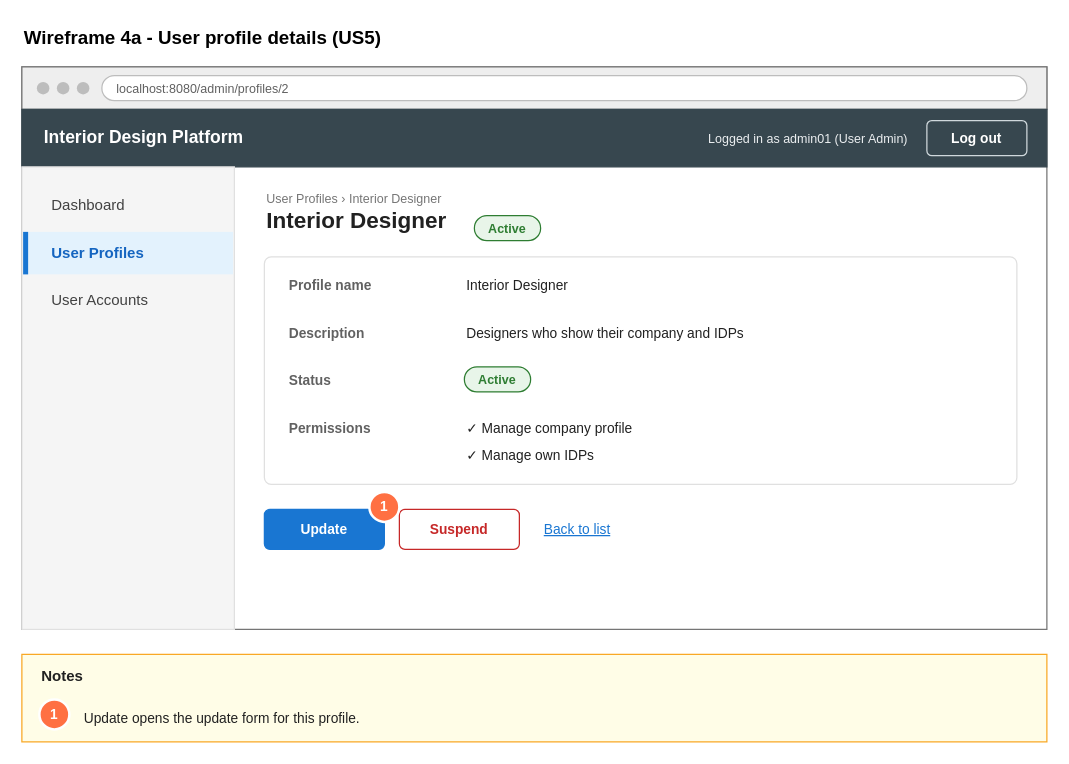
Hanzxc/CSIT314-ARCHSS keeps this draw.io diagram as page "4a Wireframe - User profile details" (2 of 7) of Sprint_1/US5 - Update user profile/US5 Update user profile.drawio. Above is the earlier version. Source tidied: cells renumbered, new cells numbered last; positions are measured from the earlier drawing's top-left corner, leaving out a move shared by most shapes. Both pictures are drawn from the tidied source at 125%, with x=0, y=0 at pixel (21, 21).
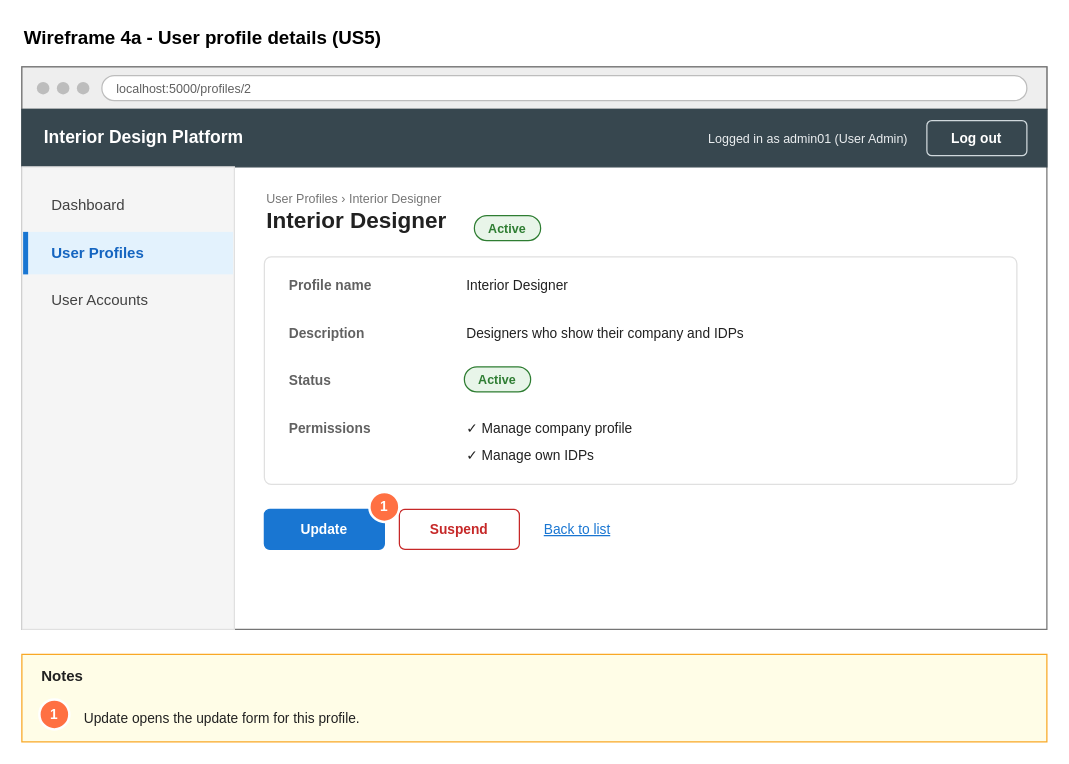
After the change.

Change to the diagram source:
```diff
@@
-    <mxCell id="8" value="localhost:8080/admin/profiles/2" style="rounded=1;whiteSpace=wrap;html=1;fillColor=#FFFFFF;strokeColor=#BDBDBD;fontSize=10;fontColor=#616161;align=left;spacingLeft=10;arcSize=50;" parent="1" vertex="1">
+    <mxCell id="8" value="localhost:5000/profiles/2" style="rounded=1;whiteSpace=wrap;html=1;fillColor=#FFFFFF;strokeColor=#BDBDBD;fontSize=10;fontColor=#616161;align=left;spacingLeft=10;arcSize=50;" parent="1" vertex="1">
       <mxGeometry x="64" y="43" width="740" height="20" as="geometry" />
     </mxCell>
```
